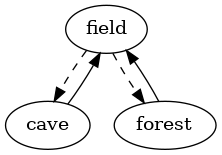
This is HeldermanAdventure/images/map.png from Dev-10sky/My-C-Practice-Files, a Graphviz export, as it was before one commit. Its source is kept beside it as HeldermanAdventure/dot_files/map.gv.
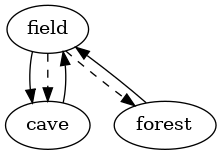
After the commit.

The edit, as a diff of the source:
```diff
@@ -1,4 +1,5 @@
 digraph map {
+	field -> cave
 	field -> cave [style=dashed]
 	cave -> field
 	field -> forest [style=dashed]
```
